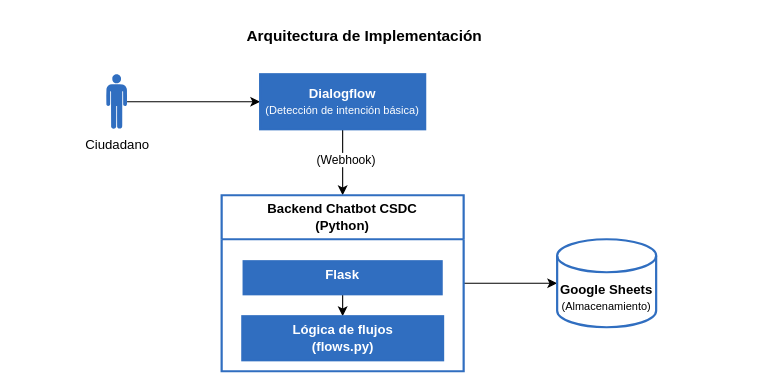
Before: flujos/Arquitectura Implementacion.drawio in ada-gonzalez/grupo20_Chatbot, a draw.io diagram. Source tidied: cells renumbered, new cells numbered last; positions are measured from the earlier drawing's top-left corner, leaving out a move shared by most shapes. Both pictures are drawn from the tidied source at 110%, with x=0, y=0 at pixel (106, 19).
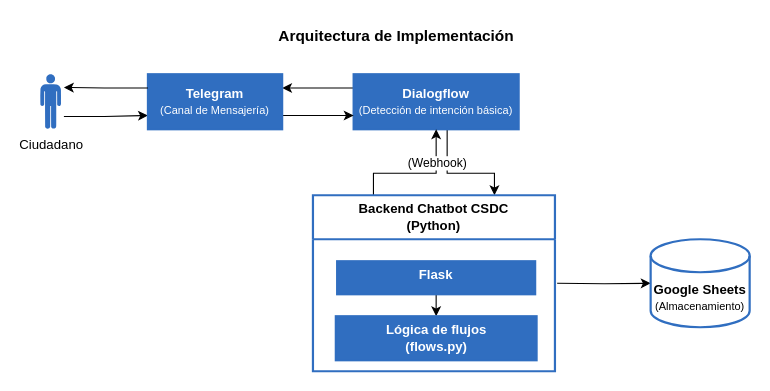
Above is the later version.

Diff of the diagram source:
```diff
@@
-    <mxCell id="2" style="edgeStyle=orthogonalEdgeStyle;rounded=0;jettySize=auto;html=1;entryX=0;entryY=0.5;entryDx=0;entryDy=0;" parent="1" edge="1" source="3" target="6">
+    <mxCell id="2" style="edgeStyle=orthogonalEdgeStyle;rounded=0;jettySize=auto;html=1;entryX=0;entryY=0.75;entryDx=0;entryDy=0;exitX=1.137;exitY=0.768;exitDx=0;exitDy=0;exitPerimeter=0;" parent="1" edge="1" source="3" target="17">
       <mxGeometry relative="1" as="geometry" />
     </mxCell>
     <mxCell id="3" value="Ciudadano" style="verticalLabelPosition=bottom;sketch=0;html=1;fillColor=#306EC0;verticalAlign=top;align=center;shape=mxgraph.cisco_safe.design.actor_2;" parent="1" vertex="1">
-      <mxGeometry y="50" width="19" height="50" as="geometry" />
+      <mxGeometry x="-60" y="50" width="19" height="50" as="geometry" />
     </mxCell>
-    <mxCell id="4" style="edgeStyle=orthogonalEdgeStyle;rounded=0;jettySize=auto;html=1;entryX=0.5;entryY=0;entryDx=0;entryDy=0;" parent="1" edge="1" source="6" target="8">
-      <mxGeometry relative="1" as="geometry" />
+    <mxCell id="4" style="edgeStyle=orthogonalEdgeStyle;rounded=0;jettySize=auto;html=1;entryX=0.75;entryY=0;entryDx=0;entryDy=0;exitX=0.75;exitY=1;exitDx=0;exitDy=0;" parent="1" edge="1" source="6" target="8">
+      <mxGeometry relative="1" as="geometry">
+        <Array as="points">
+          <mxPoint x="310" y="100" />
+          <mxPoint x="310" y="140" />
+          <mxPoint x="353" y="140" />
+        </Array>
+      </mxGeometry>
     </mxCell>
-    <mxCell id="5" value="(Webhook)" style="edgeLabel;html=1;align=center;verticalAlign=middle;" parent="4" vertex="1">
-      <mxGeometry x="-0.11" y="2" relative="1" as="geometry" />
-    </mxCell>
+    <mxCell id="14" style="edgeStyle=orthogonalEdgeStyle;rounded=0;jettySize=auto;html=1;exitX=0;exitY=0.25;exitDx=0;exitDy=0;entryX=1;entryY=0.25;entryDx=0;entryDy=0;" parent="1" edge="1" source="6" target="17">
+      <mxGeometry relative="1" as="geometry" />
+    </mxCell>
     <mxCell id="6" value="Dialogflow&lt;br&gt;&lt;span style=&quot;font-weight: normal;&quot;&gt;&lt;font style=&quot;font-size: 10px;&quot;&gt;(Detección de intención básica)&lt;/font&gt;&lt;/span&gt;" style="rounded=0;whiteSpace=wrap;html=1;strokeColor=#306EC0;strokeWidth=2;fillColor=#306EC0;fontColor=light-dark(#ffffff, #ededed);fontStyle=1;" parent="1" vertex="1">
-      <mxGeometry x="140" y="50" width="150" height="50" as="geometry" />
+      <mxGeometry x="225" y="50" width="150" height="50" as="geometry" />
     </mxCell>
-    <mxCell id="7" style="edgeStyle=orthogonalEdgeStyle;rounded=0;jettySize=auto;html=1;" parent="1" edge="1" source="8" target="12">
-      <mxGeometry relative="1" as="geometry" />
+    <mxCell id="7" style="edgeStyle=orthogonalEdgeStyle;rounded=0;jettySize=auto;html=1;" parent="1" edge="1" target="12">
+      <mxGeometry relative="1" as="geometry">
+        <mxPoint x="410" y="240" as="sourcePoint" />
+      </mxGeometry>
     </mxCell>
+    <mxCell id="15" style="edgeStyle=orthogonalEdgeStyle;rounded=0;jettySize=auto;html=1;exitX=0.25;exitY=0;exitDx=0;exitDy=0;" parent="1" edge="1" source="8">
+      <mxGeometry relative="1" as="geometry">
+        <mxPoint x="300" y="100" as="targetPoint" />
+        <Array as="points">
+          <mxPoint x="243" y="140" />
+          <mxPoint x="300" y="140" />
+          <mxPoint x="300" y="100" />
+        </Array>
+      </mxGeometry>
+    </mxCell>
     <mxCell id="8" value="&lt;blockquote&gt;&lt;p&gt;Backend Chatbot CSDC&lt;br&gt;&lt;span style=&quot;background-color: transparent; color: light-dark(rgb(0, 0, 0), rgb(255, 255, 255));&quot;&gt;(Python)&lt;/span&gt;&lt;/p&gt;&lt;/blockquote&gt;&lt;p&gt;&lt;/p&gt;" style="swimlane;whiteSpace=wrap;html=1;startSize=40;textShadow=0;labelBorderColor=none;strokeColor=light-dark(#306EC0,#EDEDED);strokeWidth=2;swimlaneFillColor=default;" parent="1" vertex="1">
-      <mxGeometry x="105" y="160" width="220" height="160" as="geometry" />
+      <mxGeometry x="188" y="160" width="220" height="160" as="geometry" />
     </mxCell>
@@
     <mxCell id="10" value="&lt;blockquote&gt;&lt;p&gt;Flask&lt;/p&gt;&lt;/blockquote&gt;&lt;h4&gt;&lt;/h4&gt;" style="text;html=1;whiteSpace=wrap;strokeColor=#306EC0;fillColor=#306EC0;align=center;verticalAlign=middle;rounded=0;strokeWidth=2;fontColor=#FFFFFF;fontStyle=1;" parent="8" vertex="1">
-      <mxGeometry x="20" y="60" width="180" height="30" as="geometry" />
+      <mxGeometry x="22" y="60" width="180" height="30" as="geometry" />
     </mxCell>
     <mxCell id="11" value="&lt;div style=&quot;&quot;&gt;&lt;blockquote&gt;&lt;p&gt;Lógica de flujos (flows.py)&lt;/p&gt;&lt;/blockquote&gt;&lt;/div&gt;" style="text;html=1;whiteSpace=wrap;strokeColor=#306EC0;fillColor=#306EC0;align=center;verticalAlign=middle;rounded=0;fontColor=#FFFFFF;fontStyle=1;strokeWidth=2;" parent="8" vertex="1">
-      <mxGeometry x="18.8" y="110" width="182.5" height="40" as="geometry" />
+      <mxGeometry x="20.8" y="110" width="182.5" height="40" as="geometry" />
     </mxCell>
     <mxCell id="12" value="&lt;b&gt;Google Sheets&lt;/b&gt;&lt;div&gt;&lt;font style=&quot;font-size: 10px;&quot;&gt;(Almacenamiento)&lt;/font&gt;&lt;/div&gt;" style="shape=cylinder3;whiteSpace=wrap;html=1;boundedLbl=1;backgroundOutline=1;size=15;strokeWidth=2;strokeColor=light-dark(#306EC0,#EDEDED);fillColor=#FFFFFF;" parent="1" vertex="1">
-      <mxGeometry x="410" y="200" width="90" height="80" as="geometry" />
+      <mxGeometry x="495" y="200" width="90" height="80" as="geometry" />
     </mxCell>
     <mxCell id="13" value="Arquitectura de Implementación" style="text;html=1;whiteSpace=wrap;strokeColor=none;fillColor=none;align=center;verticalAlign=middle;rounded=0;fontStyle=1;fontSize=14;" parent="1" vertex="1">
-      <mxGeometry x="50" width="370" height="30" as="geometry" />
+      <mxGeometry x="79" width="370" height="30" as="geometry" />
     </mxCell>
+    <mxCell id="16" style="edgeStyle=orthogonalEdgeStyle;rounded=0;jettySize=auto;html=1;exitX=1;exitY=0.75;exitDx=0;exitDy=0;entryX=0;entryY=0.75;entryDx=0;entryDy=0;" parent="1" edge="1" source="17" target="6">
+      <mxGeometry relative="1" as="geometry" />
+    </mxCell>
+    <mxCell id="17" value="&lt;font style=&quot;&quot;&gt;Telegram&lt;br&gt;&lt;/font&gt;&lt;font style=&quot;font-weight: normal; font-size: 10px;&quot;&gt;(Canal de Mensajería)&lt;/font&gt;" style="rounded=0;whiteSpace=wrap;html=1;strokeColor=#306EC0;strokeWidth=2;fillColor=#306EC0;fontColor=light-dark(#ffffff, #ededed);fontStyle=1;" parent="1" vertex="1">
+      <mxGeometry x="38" y="50" width="122" height="50" as="geometry" />
+    </mxCell>
+    <mxCell id="5" value="(Webhook)" style="edgeLabel;html=1;align=center;verticalAlign=middle;" parent="1" vertex="1">
+      <mxGeometry x="300" y="130" as="geometry" />
+    </mxCell>
+    <mxCell id="18" style="edgeStyle=orthogonalEdgeStyle;rounded=0;jettySize=auto;html=1;exitX=0;exitY=0.25;exitDx=0;exitDy=0;entryX=1.137;entryY=0.24;entryDx=0;entryDy=0;entryPerimeter=0;" parent="1" edge="1" source="17" target="3">
+      <mxGeometry relative="1" as="geometry" />
+    </mxCell>
```
